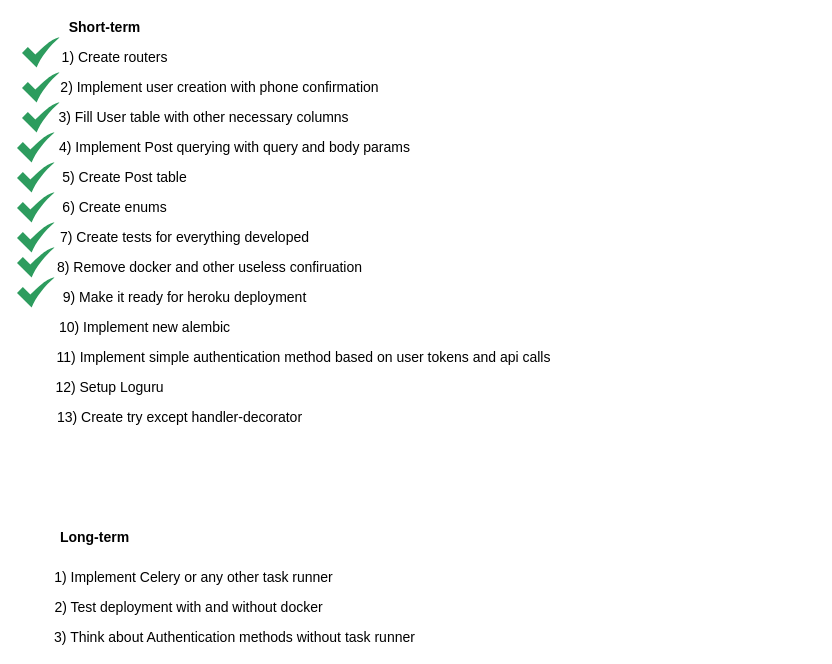
Earlier version of the draw.io diagram page "Objectives" (5 of 5) of backend/schema.drawio (Madi-S/kolik). Source tidied: cells renumbered, new cells numbered last; positions are measured from the earlier drawing's top-left corner, leaving out a move shared by most shapes. Both pictures are drawn from the tidied source at 100%, with x=0, y=0 at pixel (16, 17).
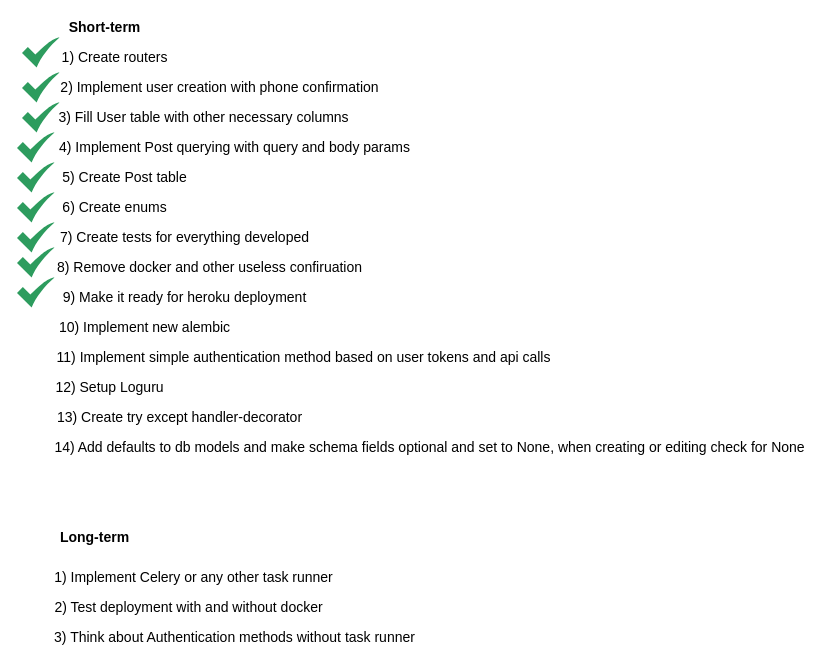
The same page after the edit.

What changed in the source:
```diff
@@
+    <mxCell id="29" value="&lt;font style=&quot;font-size: 14px&quot;&gt;14) Add defaults to db models and make schema fields optional and set to None, when creating or editing check for None&lt;/font&gt;" style="text;html=1;align=center;verticalAlign=middle;strokeColor=none;fillColor=none;" parent="1" vertex="1">
+      <mxGeometry x="28" y="420" width="770" height="20" as="geometry" />
+    </mxCell>
```
